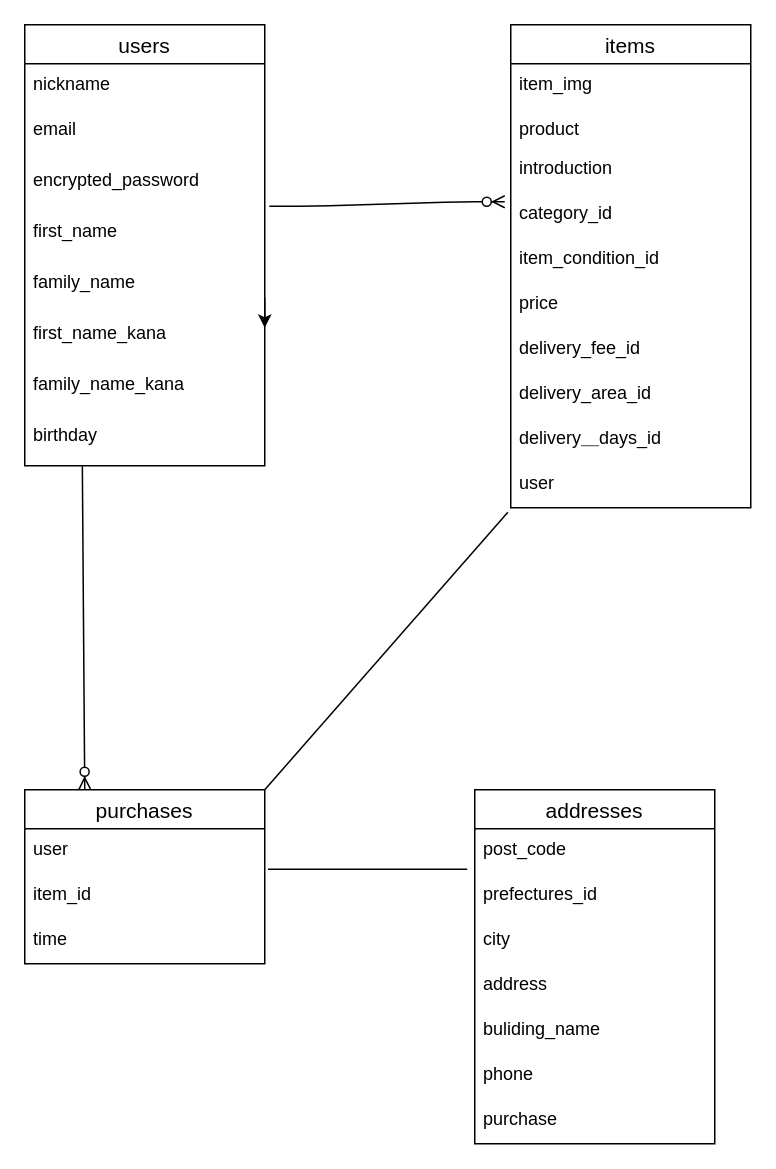
hiroto0308/furima-31075 keeps this draw.io diagram as test.dio. Above is the earlier version. Source tidied: cells renumbered, new cells numbered last; positions are measured from the earlier drawing's top-left corner, leaving out a move shared by most shapes. Both pictures are drawn from the tidied source at 150%, with x=0, y=0 at pixel (24, 24).
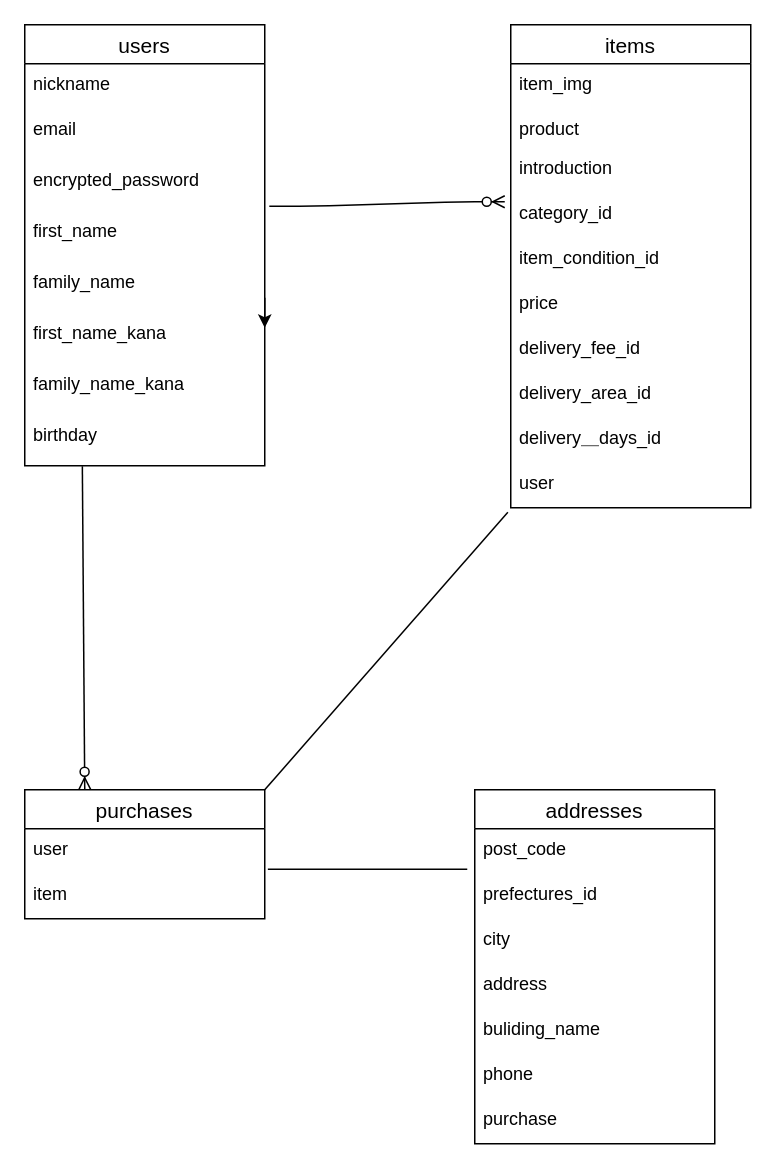
After the change.

Commit message (it also covers changes not shown here):
テーブル設計(修正４)

The edit, as a diff of the source:
```diff
@@
     <mxCell id="35" value="purchases" style="swimlane;fontStyle=0;horizontal=1;startSize=26;align=center;fontSize=14;" parent="1" vertex="1">
-      <mxGeometry y="510" width="160" height="116" as="geometry" />
+      <mxGeometry y="510" width="160" height="86" as="geometry" />
     </mxCell>
@@
-    <mxCell id="37" value="item_id" style="text;strokeColor=none;fillColor=none;spacingLeft=4;spacingRight=4;overflow=hidden;fontSize=12;" parent="35" vertex="1">
+    <mxCell id="37" value="item" style="text;strokeColor=none;fillColor=none;spacingLeft=4;spacingRight=4;overflow=hidden;fontSize=12;" parent="35" vertex="1">
       <mxGeometry y="56" width="160" height="30" as="geometry" />
     </mxCell>
-    <mxCell id="38" value="time" style="text;strokeColor=none;fillColor=none;spacingLeft=4;spacingRight=4;overflow=hidden;fontSize=12;" parent="35" vertex="1">
-      <mxGeometry y="86" width="160" height="30" as="geometry" />
-    </mxCell>
```
